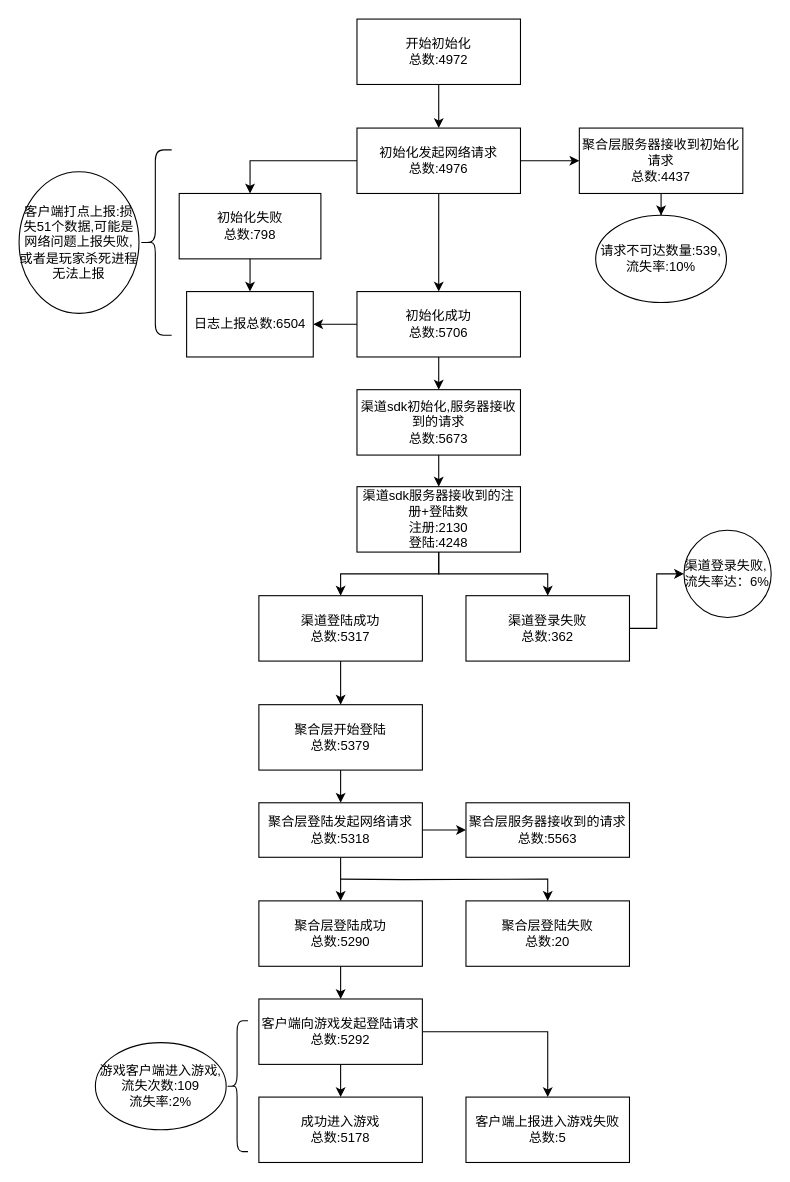
Earlier version of the draw.io diagram 爱丽丝的衣橱2021020214点流失总数分析.drawio (wushengqiang/mydoc). Source tidied: cells renumbered, new cells numbered last; positions are measured from the earlier drawing's top-left corner, leaving out a move shared by most shapes. Both pictures are drawn from the tidied source at 109%, with x=0, y=0 at pixel (19, 19).
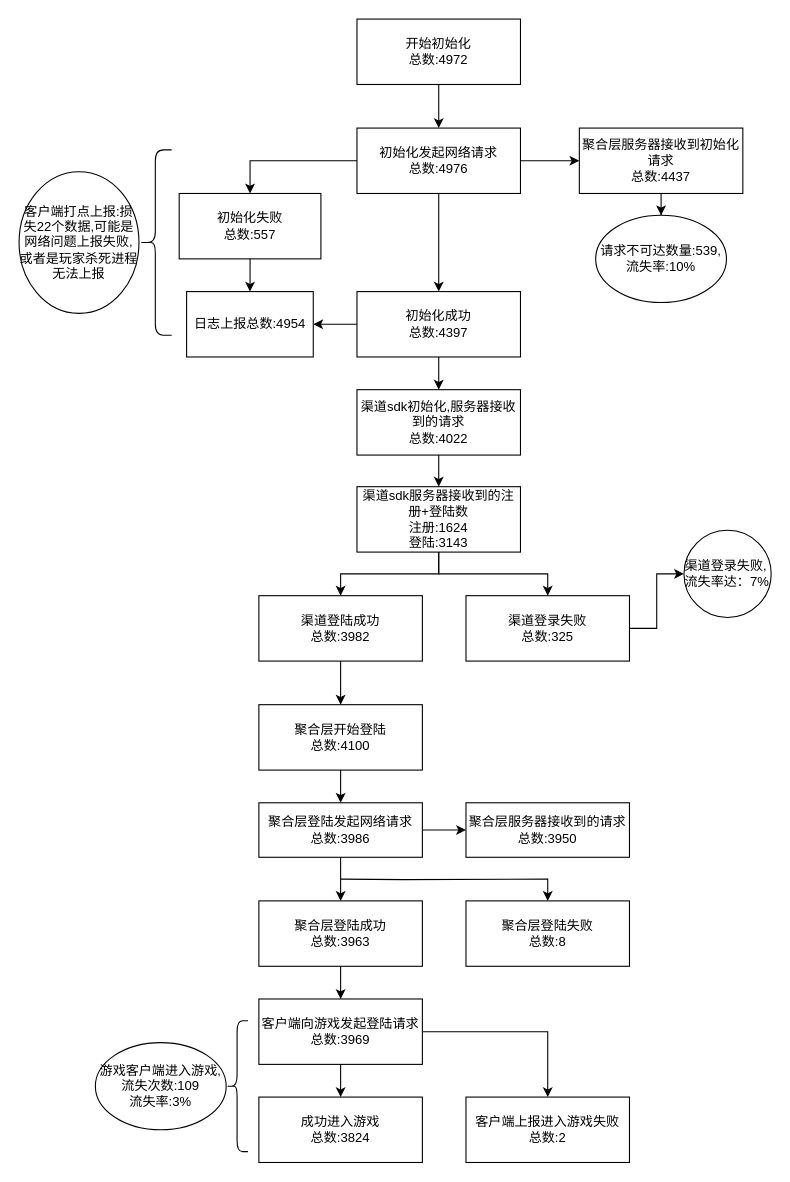
After the change.

Commit message (it also covers changes not shown here):
更新爱丽丝的衣橱2021020214点流失总数分析.drawio

What changed in the source:
```diff
@@
-    <mxCell id="12" value="初始化成功&lt;br&gt;总数:5706" style="rounded=0;whiteSpace=wrap;html=1;" parent="1" vertex="1">
+    <mxCell id="12" value="初始化成功&lt;br&gt;总数:4397" style="rounded=0;whiteSpace=wrap;html=1;" parent="1" vertex="1">
       <mxGeometry x="310" y="250" width="150" height="60" as="geometry" />
     </mxCell>
@@
-    <mxCell id="14" value="初始化失败&lt;br&gt;总数:798" style="rounded=0;whiteSpace=wrap;html=1;" parent="1" vertex="1">
+    <mxCell id="14" value="初始化失败&lt;br&gt;总数:557" style="rounded=0;whiteSpace=wrap;html=1;" parent="1" vertex="1">
       <mxGeometry x="146.9" y="160" width="130" height="60" as="geometry" />
     </mxCell>
-    <mxCell id="15" value="日志上报总数:6504" style="rounded=0;whiteSpace=wrap;html=1;" parent="1" vertex="1">
+    <mxCell id="15" value="日志上报总数:4954" style="rounded=0;whiteSpace=wrap;html=1;" parent="1" vertex="1">
       <mxGeometry x="153.7" y="250" width="116.2" height="60" as="geometry" />
     </mxCell>
@@
-    <mxCell id="17" value="&lt;span&gt;客户端打点上报:损失51个数据,可能是网络问题上报失败,或者是玩家杀死进程无法上报&lt;/span&gt;" style="ellipse;whiteSpace=wrap;html=1;" parent="1" vertex="1">
+    <mxCell id="17" value="&lt;span&gt;客户端打点上报:损失22个数据,可能是网络问题上报失败,或者是玩家杀死进程无法上报&lt;/span&gt;" style="ellipse;whiteSpace=wrap;html=1;" parent="1" vertex="1">
       <mxGeometry y="140" width="110" height="130" as="geometry" />
     </mxCell>
@@
-    <mxCell id="21" value="渠道sdk服务器接收到的注册+登陆数&lt;br&gt;注册:2130&lt;br&gt;登陆:4248" style="rounded=0;whiteSpace=wrap;html=1;" parent="1" vertex="1">
+    <mxCell id="21" value="渠道sdk服务器接收到的注册+登陆数&lt;br&gt;注册:1624&lt;br&gt;登陆:3143" style="rounded=0;whiteSpace=wrap;html=1;" parent="1" vertex="1">
       <mxGeometry x="310" y="429" width="150" height="60" as="geometry" />
     </mxCell>
@@
-    <mxCell id="23" value="渠道登录失败&lt;br&gt;总数:362" style="rounded=0;whiteSpace=wrap;html=1;" parent="1" vertex="1">
+    <mxCell id="23" value="渠道登录失败&lt;br&gt;总数:325" style="rounded=0;whiteSpace=wrap;html=1;" parent="1" vertex="1">
       <mxGeometry x="410" y="529" width="150" height="60" as="geometry" />
     </mxCell>
@@
-    <mxCell id="25" value="渠道登陆成功&lt;br&gt;总数:5317" style="rounded=0;whiteSpace=wrap;html=1;" parent="1" vertex="1">
+    <mxCell id="25" value="渠道登陆成功&lt;br&gt;总数:3982" style="rounded=0;whiteSpace=wrap;html=1;" parent="1" vertex="1">
       <mxGeometry x="220" y="529" width="150" height="60" as="geometry" />
     </mxCell>
-    <mxCell id="26" value="&lt;div style=&quot;text-align: left&quot;&gt;渠道登录失败,流失率达：6%&lt;/div&gt;" style="ellipse;whiteSpace=wrap;html=1;" parent="1" vertex="1">
+    <mxCell id="26" value="&lt;div style=&quot;text-align: left&quot;&gt;渠道登录失败,流失率达：7%&lt;/div&gt;" style="ellipse;whiteSpace=wrap;html=1;" parent="1" vertex="1">
       <mxGeometry x="610" y="469" width="80" height="80" as="geometry" />
     </mxCell>
@@
-    <mxCell id="28" value="聚合层开始登陆&lt;br&gt;总数:5379" style="rounded=0;whiteSpace=wrap;html=1;" parent="1" vertex="1">
+    <mxCell id="28" value="聚合层开始登陆&lt;br&gt;总数:4100" style="rounded=0;whiteSpace=wrap;html=1;" parent="1" vertex="1">
       <mxGeometry x="220" y="629" width="150" height="60" as="geometry" />
     </mxCell>
@@
-    <mxCell id="32" value="聚合层登陆发起网络请求&lt;br&gt;总数:5318" style="rounded=0;whiteSpace=wrap;html=1;" parent="1" vertex="1">
+    <mxCell id="32" value="聚合层登陆发起网络请求&lt;br&gt;总数:3986" style="rounded=0;whiteSpace=wrap;html=1;" parent="1" vertex="1">
       <mxGeometry x="220" y="719" width="150" height="50" as="geometry" />
     </mxCell>
@@
-    <mxCell id="34" value="聚合层登陆成功&lt;br&gt;总数:5290" style="rounded=0;whiteSpace=wrap;html=1;" parent="1" vertex="1">
+    <mxCell id="34" value="聚合层登陆成功&lt;br&gt;总数:3963" style="rounded=0;whiteSpace=wrap;html=1;" parent="1" vertex="1">
       <mxGeometry x="220" y="809" width="150" height="60" as="geometry" />
     </mxCell>
-    <mxCell id="35" value="聚合层登陆失败&lt;br&gt;总数:20" style="rounded=0;whiteSpace=wrap;html=1;" parent="1" vertex="1">
+    <mxCell id="35" value="聚合层登陆失败&lt;br&gt;总数:8" style="rounded=0;whiteSpace=wrap;html=1;" parent="1" vertex="1">
       <mxGeometry x="410" y="809" width="150" height="60" as="geometry" />
     </mxCell>
-    <mxCell id="36" value="聚合层服务器接收到的请求&lt;br&gt;总数:5563" style="rounded=0;whiteSpace=wrap;html=1;" parent="1" vertex="1">
+    <mxCell id="36" value="聚合层服务器接收到的请求&lt;br&gt;总数:3950" style="rounded=0;whiteSpace=wrap;html=1;" parent="1" vertex="1">
       <mxGeometry x="410" y="719" width="150" height="50" as="geometry" />
     </mxCell>
@@
-    <mxCell id="39" value="客户端向游戏发起登陆请求&lt;br&gt;总数:5292" style="rounded=0;whiteSpace=wrap;html=1;" parent="1" vertex="1">
+    <mxCell id="39" value="客户端向游戏发起登陆请求&lt;br&gt;总数:3969" style="rounded=0;whiteSpace=wrap;html=1;" parent="1" vertex="1">
       <mxGeometry x="220" y="899" width="150" height="60" as="geometry" />
     </mxCell>
-    <mxCell id="40" value="成功进入游戏&lt;br&gt;总数:5178" style="rounded=0;whiteSpace=wrap;html=1;" parent="1" vertex="1">
+    <mxCell id="40" value="成功进入游戏&lt;br&gt;总数:3824" style="rounded=0;whiteSpace=wrap;html=1;" parent="1" vertex="1">
       <mxGeometry x="220" y="989" width="150" height="60" as="geometry" />
     </mxCell>
-    <mxCell id="41" value="客户端上报进入游戏失败&lt;br&gt;总数:5" style="rounded=0;whiteSpace=wrap;html=1;" parent="1" vertex="1">
+    <mxCell id="41" value="客户端上报进入游戏失败&lt;br&gt;总数:2" style="rounded=0;whiteSpace=wrap;html=1;" parent="1" vertex="1">
       <mxGeometry x="410" y="989" width="150" height="60" as="geometry" />
     </mxCell>
@@
-    <mxCell id="43" value="游戏客户端进入游戏,流失次数:109&lt;br&gt;流失率:2%" style="ellipse;whiteSpace=wrap;html=1;" parent="1" vertex="1">
+    <mxCell id="43" value="游戏客户端进入游戏,流失次数:109&lt;br&gt;流失率:3%" style="ellipse;whiteSpace=wrap;html=1;" parent="1" vertex="1">
       <mxGeometry x="70" y="939" width="120" height="80" as="geometry" />
     </mxCell>
@@
-    <mxCell id="45" value="渠道sdk初始化,服务器接收到的请求&lt;br&gt;总数:5673" style="rounded=0;whiteSpace=wrap;html=1;" parent="1" vertex="1">
+    <mxCell id="45" value="渠道sdk初始化,服务器接收到的请求&lt;br&gt;总数:4022" style="rounded=0;whiteSpace=wrap;html=1;" parent="1" vertex="1">
       <mxGeometry x="310" y="340" width="150" height="60" as="geometry" />
     </mxCell>
```
